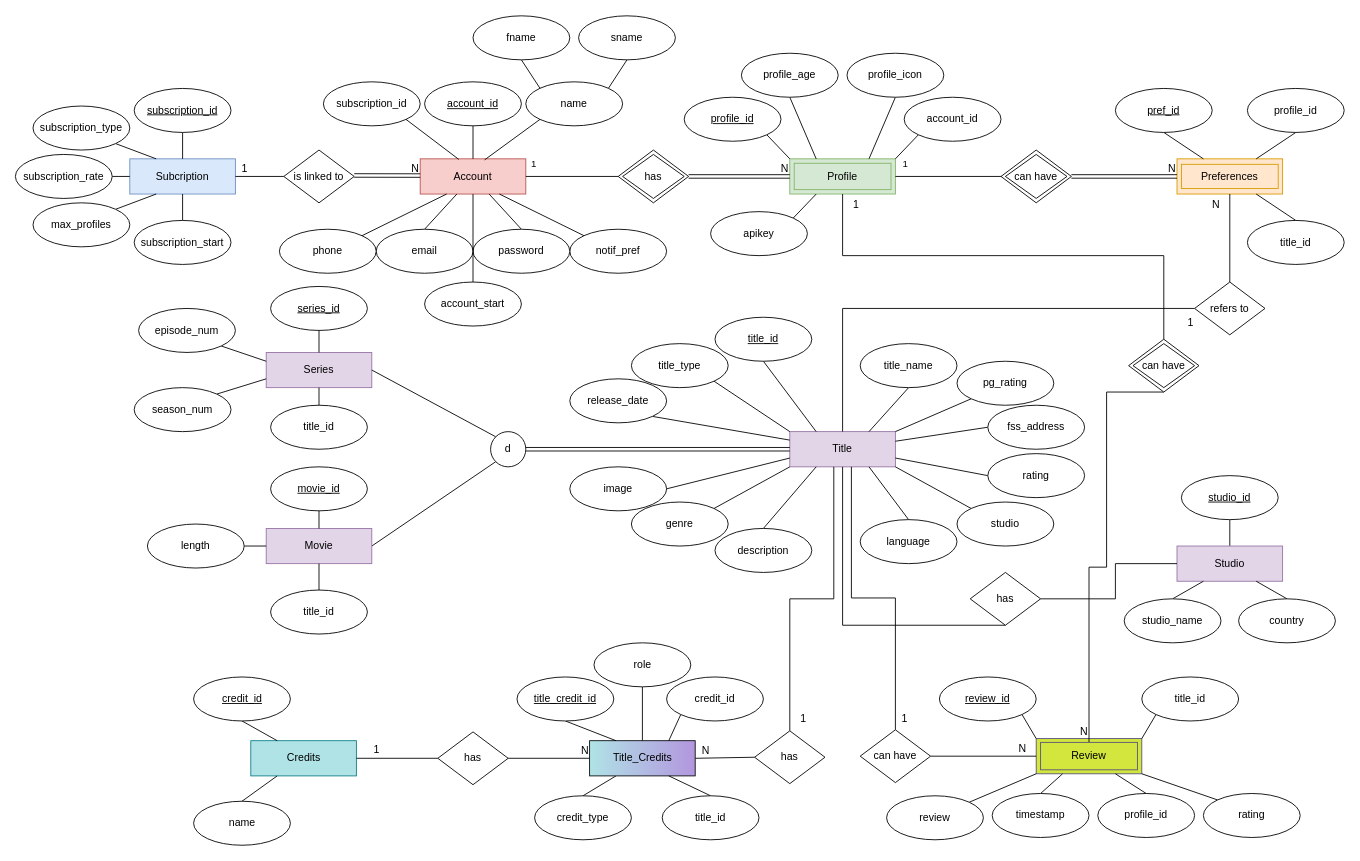
Before: (E)ER/EER.drawio in DJRamsay/COS221-Hoop, a draw.io diagram. Source tidied: cells renumbered, new cells numbered last; positions are measured from the earlier drawing's top-left corner, leaving out a move shared by most shapes. Both pictures are drawn from the tidied source at 88%, with x=0, y=0 at pixel (15, 16).
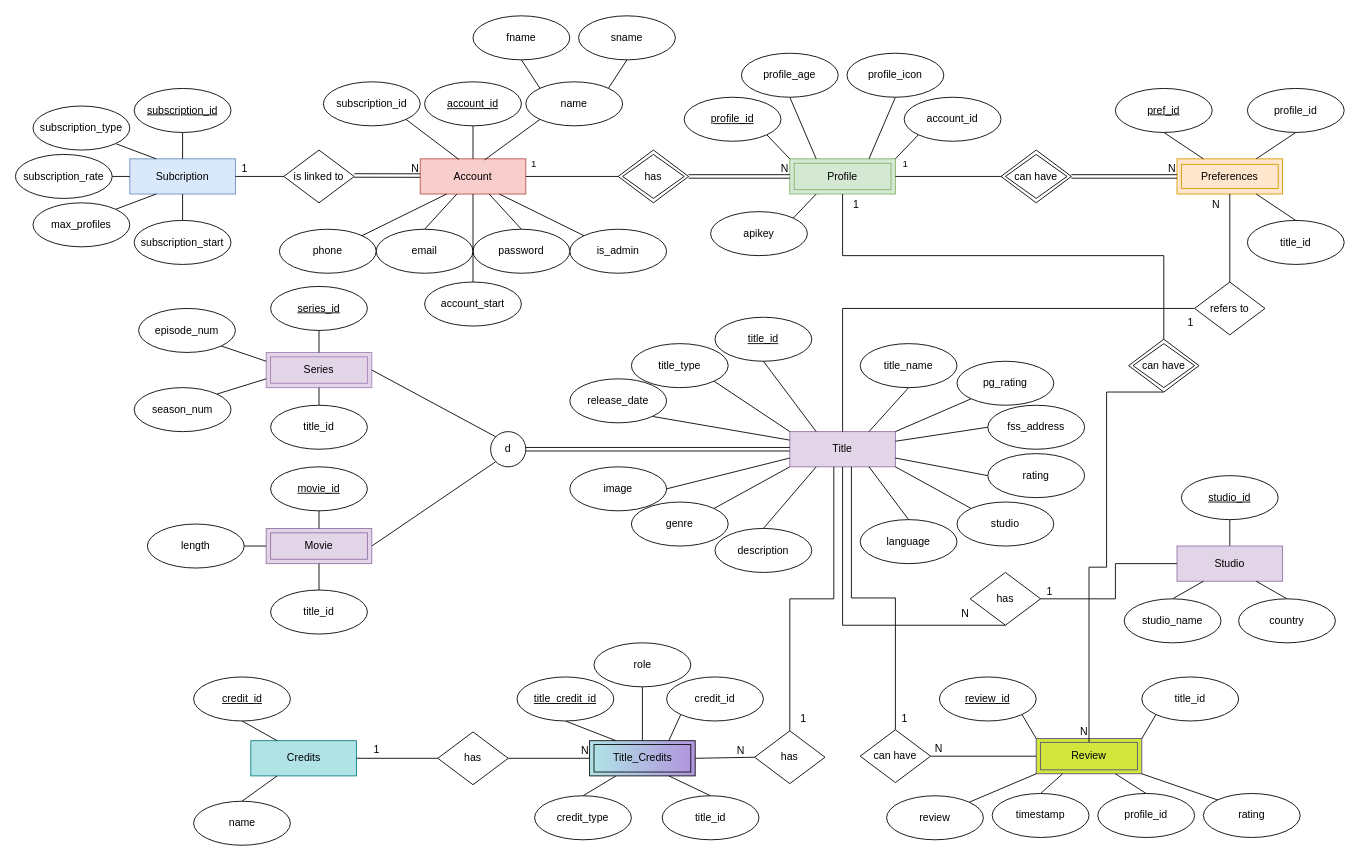
After the change.

The change refers to these unchanged cells:
```xml
<mxCell id="8" value="Title" style="whiteSpace=wrap;html=1;fillColor=#e1d5e7;strokeColor=#9673a6;" parent="1" vertex="1">
  <mxGeometry x="880" y="472" width="120" height="40" as="geometry" />
</mxCell>
<mxCell id="184" value="has" style="rhombus;whiteSpace=wrap;html=1;" parent="1" vertex="1">
  <mxGeometry x="1085" y="632" width="80" height="60" as="geometry" />
</mxCell>
```

What changed in the source:
```diff
@@
-    <mxCell id="10" value="Movie" style="whiteSpace=wrap;html=1;fillColor=#e1d5e7;strokeColor=#9673a6;" parent="1" vertex="1">
+    <mxCell id="10" style="whiteSpace=wrap;html=1;fillColor=#e1d5e7;strokeColor=#9673a6;" parent="1" vertex="1">
       <mxGeometry x="285" y="582" width="120" height="40" as="geometry" />
     </mxCell>
-    <mxCell id="11" value="Series" style="whiteSpace=wrap;html=1;fillColor=#e1d5e7;strokeColor=#9673a6;" parent="1" vertex="1">
+    <mxCell id="11" style="whiteSpace=wrap;html=1;fillColor=#e1d5e7;strokeColor=#A680B8;perimeterSpacing=0;" parent="1" vertex="1">
       <mxGeometry x="285" y="382" width="120" height="40" as="geometry" />
     </mxCell>
@@
-    <mxCell id="20" value="notif_pref" style="ellipse;whiteSpace=wrap;html=1;" parent="1" vertex="1">
+    <mxCell id="20" value="is_admin" style="ellipse;whiteSpace=wrap;html=1;" parent="1" vertex="1">
       <mxGeometry x="630" y="242" width="110" height="50" as="geometry" />
     </mxCell>
@@
-    <mxCell id="128" value="Title_Credits" style="whiteSpace=wrap;html=1;fillColor=#b0e3e6;strokeColor=#090b0c;gradientColor=#B296DE;gradientDirection=east;" parent="1" vertex="1">
+    <mxCell id="128" style="whiteSpace=wrap;html=1;fillColor=#b0e3e6;strokeColor=#090b0c;gradientColor=#B296DE;gradientDirection=east;" parent="1" vertex="1">
       <mxGeometry x="652.5" y="823.2" width="120" height="40" as="geometry" />
     </mxCell>
@@
     <mxCell id="140" value="N" style="html=1;whiteSpace=wrap;align=right;verticalAlign=bottom;" parent="1" vertex="1">
-      <mxGeometry x="790" y="843.3" as="geometry" />
+      <mxGeometry x="830" y="843.3" as="geometry" />
     </mxCell>
@@
     <mxCell id="143" value="N" style="html=1;whiteSpace=wrap;align=right;verticalAlign=bottom;" parent="1" vertex="1">
-      <mxGeometry x="1150" y="839.5" as="geometry" />
+      <mxGeometry x="1055" y="840.8" as="geometry" />
     </mxCell>
@@
-    <mxCell id="183" style="edgeStyle=orthogonalEdgeStyle;rounded=0;jettySize=auto;html=1;entryX=0.5;entryY=1;entryDx=0;entryDy=0;strokeColor=default;align=center;verticalAlign=middle;fontFamily=Helvetica;fontSize=11;fontColor=default;labelBackgroundColor=default;endArrow=none;endFill=0;" parent="1" edge="1" source="184" target="8">
+    <mxCell id="183" style="edgeStyle=orthogonalEdgeStyle;rounded=0;jettySize=auto;html=1;entryX=0.5;entryY=1;entryDx=0;entryDy=0;strokeColor=default;align=center;verticalAlign=middle;fontFamily=Helvetica;fontSize=11;fontColor=default;labelBackgroundColor=default;endArrow=none;endFill=0;exitX=0.5;exitY=1;exitDx=0;exitDy=0;" parent="1" edge="1" source="184" target="8">
       <mxGeometry relative="1" as="geometry">
         <Array as="points">
           <mxPoint x="940" y="692" />
         </Array>
       </mxGeometry>
     </mxCell>
@@
+    <mxCell id="185" value="Series" style="whiteSpace=wrap;html=1;fillColor=#e1d5e7;strokeColor=#A680B8;perimeterSpacing=0;" parent="1" vertex="1">
+      <mxGeometry x="290" y="387" width="110" height="30" as="geometry" />
+    </mxCell>
+    <mxCell id="186" value="Movie" style="whiteSpace=wrap;html=1;fillColor=#e1d5e7;strokeColor=#9673a6;" parent="1" vertex="1">
+      <mxGeometry x="290" y="587" width="110" height="30" as="geometry" />
+    </mxCell>
+    <mxCell id="187" value="Title_Credits" style="whiteSpace=wrap;html=1;fillColor=#b0e3e6;strokeColor=#090b0c;gradientColor=#B296DE;gradientDirection=east;" parent="1" vertex="1">
+      <mxGeometry x="657.5" y="827.6" width="110" height="31.2" as="geometry" />
+    </mxCell>
+    <mxCell id="188" value="N" style="html=1;whiteSpace=wrap;align=right;verticalAlign=bottom;" parent="1" vertex="1">
+      <mxGeometry x="1085" y="687" as="geometry" />
+    </mxCell>
+    <mxCell id="189" value="1" style="html=1;whiteSpace=wrap;align=right;verticalAlign=bottom;" parent="1" vertex="1">
+      <mxGeometry x="1180" y="662" as="geometry" />
+    </mxCell>
```
